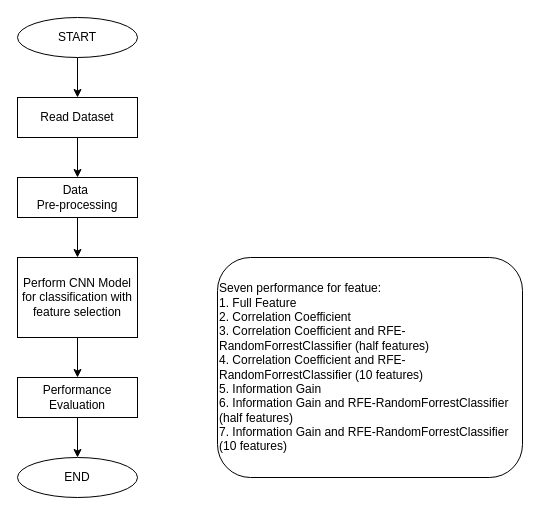
yumilor/yumilor keeps this draw.io diagram as page "Page-14" (13 of 13) of Untitled Diagram.drawio. Above is the earlier version. Source tidied: cells renumbered, new cells numbered last; positions are measured from the earlier drawing's top-left corner, leaving out a move shared by most shapes. Both pictures are drawn from the tidied source at 100%, with x=0, y=0 at pixel (17, 17).
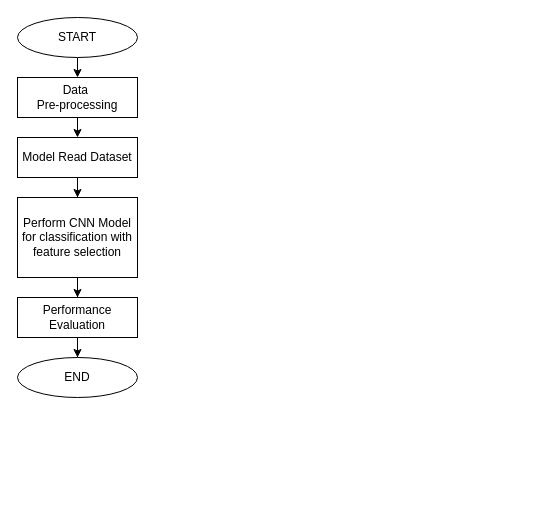
The same diagram, later.

What changed in the source:
```diff
@@
 <mxGraphModel>
   <root>
     <mxCell id="0" />
     <mxCell id="1" parent="0" />
-    <mxCell id="2" style="edgeStyle=orthogonalEdgeStyle;rounded=0;jettySize=auto;html=1;" parent="1" edge="1" source="3" target="5">
-      <mxGeometry relative="1" as="geometry" />
-    </mxCell>
-    <mxCell id="3" value="Read Dataset" style="rounded=0;whiteSpace=wrap;html=1;" parent="1" vertex="1">
-      <mxGeometry y="80" width="120" height="40" as="geometry" />
-    </mxCell>
-    <mxCell id="4" style="edgeStyle=orthogonalEdgeStyle;rounded=0;jettySize=auto;html=1;" parent="1" edge="1" source="5" target="7">
+    <mxCell id="4" style="edgeStyle=orthogonalEdgeStyle;rounded=0;jettySize=auto;html=1;" parent="1" edge="1" source="3" target="7">
       <mxGeometry relative="1" as="geometry" />
     </mxCell>
+    <mxCell id="14" style="edgeStyle=orthogonalEdgeStyle;rounded=0;jettySize=auto;html=1;exitX=0.5;exitY=1;exitDx=0;exitDy=0;entryX=0.5;entryY=0;entryDx=0;entryDy=0;" parent="1" edge="1" source="5" target="3">
+      <mxGeometry relative="1" as="geometry" />
+    </mxCell>
     <mxCell id="5" value="&lt;div&gt;Data&amp;nbsp;&lt;/div&gt;&lt;div&gt;Pre-processing&lt;/div&gt;" style="whiteSpace=wrap;html=1;rounded=0;" parent="1" vertex="1">
-      <mxGeometry y="160" width="120" height="40" as="geometry" />
+      <mxGeometry y="60" width="120" height="40" as="geometry" />
     </mxCell>
     <mxCell id="6" style="edgeStyle=orthogonalEdgeStyle;rounded=0;jettySize=auto;html=1;" parent="1" edge="1" source="7" target="9">
       <mxGeometry relative="1" as="geometry" />
     </mxCell>
     <mxCell id="7" value="Perform CNN Model for classification with feature selection" style="whiteSpace=wrap;html=1;rounded=0;" parent="1" vertex="1">
-      <mxGeometry y="240" width="120" height="80" as="geometry" />
+      <mxGeometry y="180" width="120" height="80" as="geometry" />
     </mxCell>
     <mxCell id="8" style="edgeStyle=orthogonalEdgeStyle;rounded=0;jettySize=auto;html=1;" parent="1" edge="1" source="9" target="10">
       <mxGeometry relative="1" as="geometry" />
     </mxCell>
     <mxCell id="9" value="Performance Evaluation" style="whiteSpace=wrap;html=1;rounded=0;" parent="1" vertex="1">
-      <mxGeometry y="360" width="120" height="40" as="geometry" />
+      <mxGeometry y="280" width="120" height="40" as="geometry" />
     </mxCell>
     <mxCell id="10" value="END" style="ellipse;whiteSpace=wrap;html=1;rounded=0;" parent="1" vertex="1">
-      <mxGeometry y="440" width="120" height="40" as="geometry" />
+      <mxGeometry y="340" width="120" height="40" as="geometry" />
     </mxCell>
-    <mxCell id="11" style="edgeStyle=orthogonalEdgeStyle;rounded=0;jettySize=auto;html=1;exitX=0.5;exitY=1;exitDx=0;exitDy=0;entryX=0.5;entryY=0;entryDx=0;entryDy=0;" parent="1" edge="1" source="12" target="3">
+    <mxCell id="11" style="edgeStyle=orthogonalEdgeStyle;rounded=0;jettySize=auto;html=1;exitX=0.5;exitY=1;exitDx=0;exitDy=0;entryX=0.5;entryY=0;entryDx=0;entryDy=0;" parent="1" edge="1" source="12" target="5">
       <mxGeometry relative="1" as="geometry" />
     </mxCell>
     <mxCell id="12" value="START" style="ellipse;whiteSpace=wrap;html=1;rounded=0;" parent="1" vertex="1">
       <mxGeometry width="120" height="40" as="geometry" />
     </mxCell>
-    <mxCell id="13" value="&lt;div&gt;Seven performance for featue:&lt;/div&gt;&lt;div&gt;1. Full Feature&lt;/div&gt;&lt;div&gt;2. Correlation Coefficient&lt;/div&gt;&lt;div&gt;3. Correlation Coefficient and RFE-RandomForrestClassifier (half features)&lt;br&gt;&lt;/div&gt;&lt;div&gt;4. Correlation Coefficient and RFE-RandomForrestClassifier (10 features)&lt;/div&gt;&lt;div&gt;5. Information Gain &lt;br&gt;&lt;/div&gt;&lt;div&gt;6. Information Gain and RFE-RandomForrestClassifier (half features)&lt;/div&gt;&lt;div&gt;7. Information Gain and RFE-RandomForrestClassifier (10 features)&lt;/div&gt;" style="rounded=1;whiteSpace=wrap;html=1;align=left;" parent="1" vertex="1">
-      <mxGeometry x="200" y="240" width="305" height="220" as="geometry" />
-    </mxCell>
+    <mxCell id="3" value="Model Read Dataset" style="rounded=0;whiteSpace=wrap;html=1;" parent="1" vertex="1">
+      <mxGeometry y="120" width="120" height="40" as="geometry" />
+    </mxCell>
   </root>
 </mxGraphModel>
```
